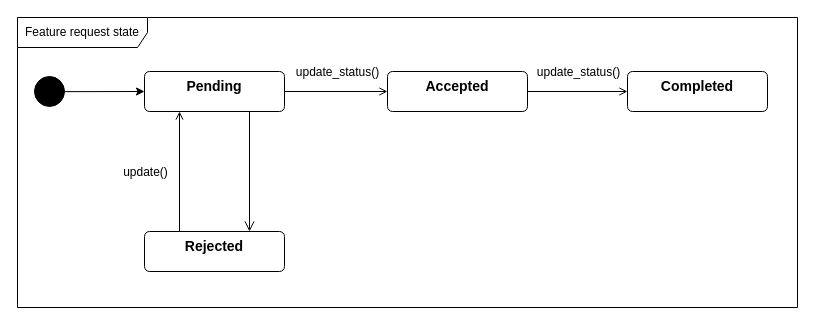
This is project/diagrams/input/state-request.drawio from Hoglar/specDrivenDev, a draw.io file, before an edit. Source tidied: cells renumbered, new cells numbered last; positions are measured from the earlier drawing's top-left corner, leaving out a move shared by most shapes. Both pictures are drawn from the tidied source at 100%, with x=0, y=0 at pixel (17, 17).
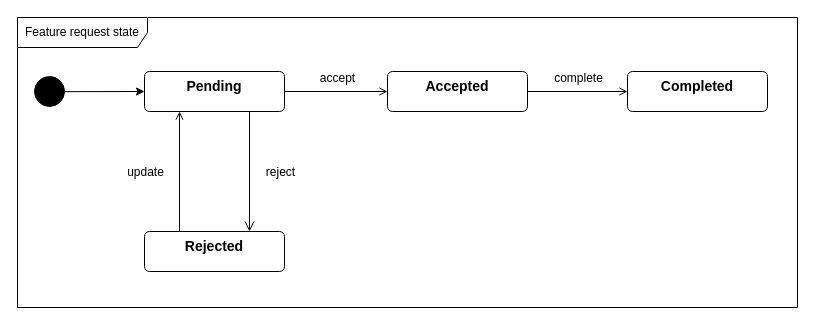
The same diagram, later.

Diff of the diagram source:
```diff
@@
 <mxGraphModel>
   <root>
     <mxCell id="0" />
     <mxCell id="1" parent="0" />
     <mxCell id="2" style="edgeStyle=none;html=1;endArrow=open;endFill=0;" parent="1" edge="1" source="3" target="11">
       <mxGeometry relative="1" as="geometry" />
     </mxCell>
     <mxCell id="3" value="&lt;b&gt;&lt;font style=&quot;font-size: 14px;&quot;&gt;Pending&lt;/font&gt;&lt;/b&gt;" style="html=1;align=center;verticalAlign=top;rounded=1;absoluteArcSize=1;arcSize=10;dashed=0;whiteSpace=wrap;" parent="1" vertex="1">
       <mxGeometry x="127" y="54" width="140" height="40" as="geometry" />
     </mxCell>
     <mxCell id="4" style="edgeStyle=none;html=1;exitX=0.25;exitY=0;exitDx=0;exitDy=0;entryX=0.25;entryY=1;entryDx=0;entryDy=0;endArrow=open;endFill=0;" parent="1" edge="1" source="8" target="3">
       <mxGeometry relative="1" as="geometry" />
     </mxCell>
-    <mxCell id="5" value="update()" style="edgeLabel;html=1;align=center;verticalAlign=middle;rotation=0;fontSize=12;fontStyle=0;" parent="4" vertex="1">
+    <mxCell id="5" value="update" style="edgeLabel;html=1;align=center;verticalAlign=middle;rotation=0;fontSize=12;fontStyle=0;" parent="4" vertex="1">
       <mxGeometry x="-0.17" relative="1" as="geometry">
         <mxPoint x="-35" y="-10" as="offset" />
       </mxGeometry>
     </mxCell>
-    <mxCell id="6" value="update_status()" style="edgeLabel;html=1;align=center;verticalAlign=middle;rotation=0;fontSize=12;fontStyle=0;" parent="4" vertex="1">
-      <mxGeometry x="-0.17" relative="1" as="geometry">
-        <mxPoint x="157" y="-110" as="offset" />
+    <mxCell id="6" value="accept" style="edgeLabel;html=1;align=center;verticalAlign=middle;rotation=0;fontSize=12;fontStyle=0;" parent="2" vertex="1">
+      <mxGeometry relative="1" as="geometry">
+        <mxPoint y="-14" as="offset" />
       </mxGeometry>
     </mxCell>
-    <mxCell id="7" value="update_status()" style="edgeLabel;html=1;align=center;verticalAlign=middle;rotation=0;fontSize=12;fontStyle=0;" parent="4" vertex="1">
-      <mxGeometry x="-0.17" relative="1" as="geometry">
-        <mxPoint x="398" y="-110" as="offset" />
+    <mxCell id="7" value="complete" style="edgeLabel;html=1;align=center;verticalAlign=middle;rotation=0;fontSize=12;fontStyle=0;" parent="10" vertex="1">
+      <mxGeometry relative="1" as="geometry">
+        <mxPoint y="-14" as="offset" />
       </mxGeometry>
     </mxCell>
+    <mxCell id="16" value="reject" style="edgeLabel;html=1;align=center;verticalAlign=middle;rotation=0;fontSize=12;fontStyle=0;" parent="9" vertex="1">
+      <mxGeometry relative="1" as="geometry">
+        <mxPoint x="30" as="offset" />
+      </mxGeometry>
+    </mxCell>
     <mxCell id="8" value="&lt;b&gt;&lt;font style=&quot;font-size: 14px;&quot;&gt;Rejected&lt;/font&gt;&lt;/b&gt;" style="html=1;align=center;verticalAlign=top;rounded=1;absoluteArcSize=1;arcSize=10;dashed=0;whiteSpace=wrap;" parent="1" vertex="1">
       <mxGeometry x="127" y="214" width="140" height="40" as="geometry" />
     </mxCell>
     <mxCell id="9" style="endArrow=open;startArrow=none;endFill=0;startFill=0;endSize=8;html=1;verticalAlign=bottom;labelBackgroundColor=none;strokeWidth=1;exitX=0.75;exitY=1;exitDx=0;exitDy=0;entryX=0.75;entryY=0;entryDx=0;entryDy=0;" parent="1" edge="1" source="3" target="8">
       <mxGeometry relative="1" as="geometry" />
     </mxCell>
     <mxCell id="10" style="edgeStyle=none;html=1;endArrow=open;endFill=0;" parent="1" edge="1" source="11" target="12">
       <mxGeometry relative="1" as="geometry" />
     </mxCell>
     <mxCell id="11" value="&lt;b&gt;&lt;font style=&quot;font-size: 14px;&quot;&gt;Accepted&lt;/font&gt;&lt;/b&gt;" style="html=1;align=center;verticalAlign=top;rounded=1;absoluteArcSize=1;arcSize=10;dashed=0;whiteSpace=wrap;" parent="1" vertex="1">
       <mxGeometry x="370" y="54" width="140" height="40" as="geometry" />
     </mxCell>
     <mxCell id="12" value="&lt;b&gt;&lt;font style=&quot;font-size: 14px;&quot;&gt;Completed&lt;/font&gt;&lt;/b&gt;" style="html=1;align=center;verticalAlign=top;rounded=1;absoluteArcSize=1;arcSize=10;dashed=0;whiteSpace=wrap;" parent="1" vertex="1">
       <mxGeometry x="610" y="54" width="140" height="40" as="geometry" />
     </mxCell>
     <mxCell id="13" style="edgeStyle=none;html=1;" parent="1" edge="1" source="14" target="3">
       <mxGeometry relative="1" as="geometry" />
     </mxCell>
     <mxCell id="14" style="ellipse;fillColor=strokeColor;html=1;" parent="1" vertex="1">
       <mxGeometry x="17" y="59" width="30" height="30" as="geometry" />
     </mxCell>
     <mxCell id="15" value="Feature request state" style="shape=umlFrame;whiteSpace=wrap;html=1;width=130;height=30;" parent="1" vertex="1">
       <mxGeometry width="780" height="290" as="geometry" />
     </mxCell>
   </root>
 </mxGraphModel>
```
